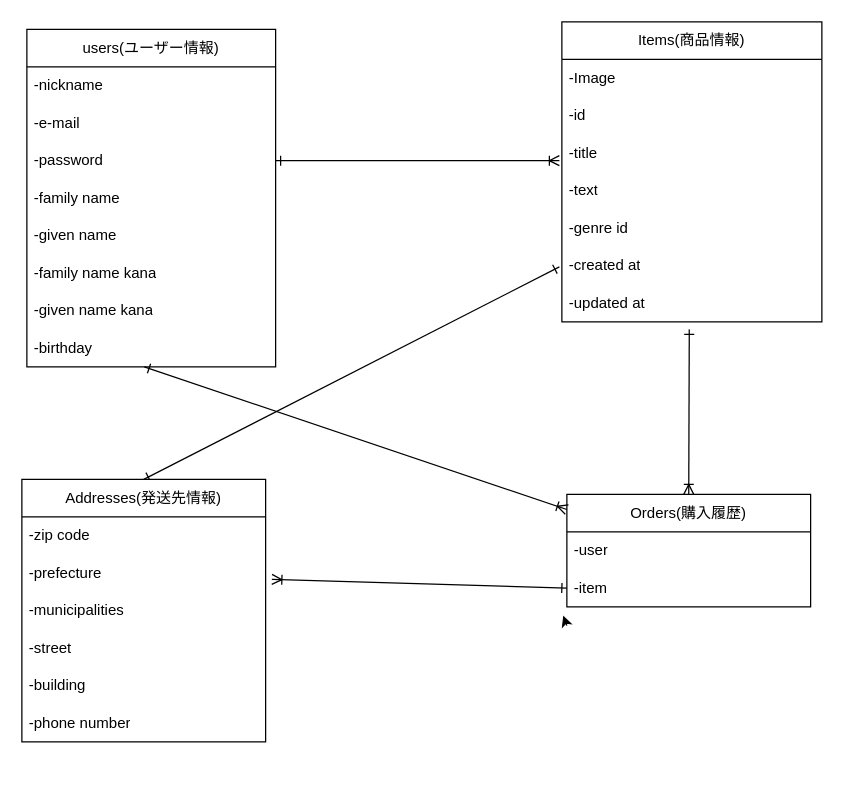
Before: ER.dio in Ryuma0724/furima-39794, a draw.io diagram. Source tidied: cells renumbered, new cells numbered last; positions are measured from the earlier drawing's top-left corner, leaving out a move shared by most shapes. Both pictures are drawn from the tidied source at 125%, with x=0, y=0 at pixel (21, 21).
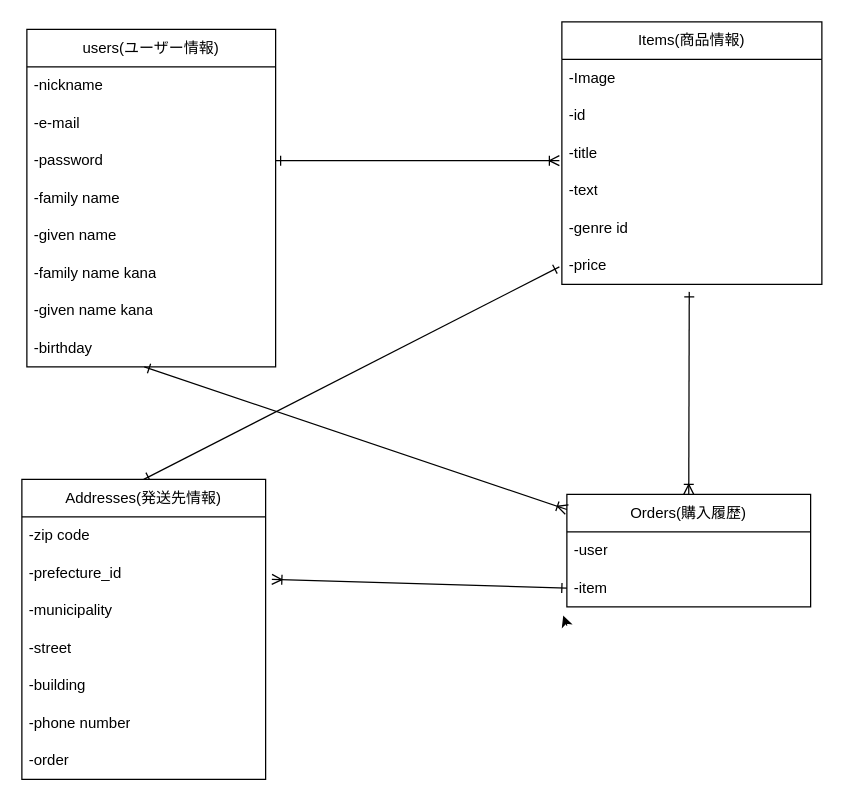
After the change.

Unchanged cells that the change refers to:
```xml
<mxCell id="20" value="Orders(購入履歴)" style="swimlane;fontStyle=0;horizontal=1;startSize=30;whiteSpace=wrap;html=1;" parent="1" vertex="1">
  <mxGeometry x="436" y="378" width="195" height="90" as="geometry" />
</mxCell>
```

The edit, as a diff of the source:
```diff
@@
     <mxCell id="11" value="Items(商品情報)" style="swimlane;fontStyle=0;horizontal=1;startSize=30;whiteSpace=wrap;html=1;" parent="1" vertex="1">
-      <mxGeometry x="432" width="208" height="240" as="geometry" />
+      <mxGeometry x="432" width="208" height="210" as="geometry" />
     </mxCell>
@@
-    <mxCell id="17" value="-created at" style="text;strokeColor=none;fillColor=none;align=left;verticalAlign=middle;spacingLeft=4;spacingRight=4;overflow=hidden;whiteSpace=wrap;html=1;" parent="11" vertex="1">
-      <mxGeometry y="180" width="208" height="30" as="geometry" />
-    </mxCell>
-    <mxCell id="18" value="-updated at" style="text;strokeColor=none;fillColor=none;align=left;verticalAlign=middle;spacingLeft=4;spacingRight=4;overflow=hidden;points=[[0,0.5],[1,0.5]];portConstraint=eastwest;whiteSpace=wrap;html=1;" parent="11" vertex="1">
-      <mxGeometry y="210" width="208" height="30" as="geometry" />
-    </mxCell>
+    <mxCell id="35" value="-price" style="text;strokeColor=none;fillColor=none;align=left;verticalAlign=middle;spacingLeft=4;spacingRight=4;overflow=hidden;whiteSpace=wrap;html=1;" parent="11" vertex="1">
+      <mxGeometry y="180" width="208" height="30" as="geometry" />
+    </mxCell>
-    <mxCell id="19" style="edgeStyle=none;html=1;exitX=0.5;exitY=0;exitDx=0;exitDy=0;entryX=0.49;entryY=1.2;entryDx=0;entryDy=0;entryPerimeter=0;startArrow=ERoneToMany;startFill=0;endArrow=ERone;endFill=0;" parent="1" edge="1" source="20" target="18">
-      <mxGeometry relative="1" as="geometry" />
+    <mxCell id="19" style="edgeStyle=none;html=1;exitX=0.5;exitY=0;exitDx=0;exitDy=0;entryX=0.49;entryY=1.2;entryDx=0;entryDy=0;entryPerimeter=0;startArrow=ERoneToMany;startFill=0;endArrow=ERone;endFill=0;" parent="1" edge="1" source="20">
+      <mxGeometry relative="1" as="geometry">
+        <mxPoint x="533.9" y="216" as="targetPoint" />
+      </mxGeometry>
     </mxCell>
@@
     <mxCell id="27" value="Addresses(発送先情報)" style="swimlane;fontStyle=0;horizontal=1;startSize=30;whiteSpace=wrap;html=1;" parent="1" vertex="1">
-      <mxGeometry y="366" width="195" height="210" as="geometry" />
+      <mxGeometry y="366" width="195" height="240" as="geometry" />
     </mxCell>
@@
-    <mxCell id="29" value="-prefecture" style="text;strokeColor=none;fillColor=none;align=left;verticalAlign=middle;spacingLeft=4;spacingRight=4;overflow=hidden;whiteSpace=wrap;html=1;" parent="27" vertex="1">
+    <mxCell id="29" value="-prefecture_id" style="text;strokeColor=none;fillColor=none;align=left;verticalAlign=middle;spacingLeft=4;spacingRight=4;overflow=hidden;whiteSpace=wrap;html=1;" parent="27" vertex="1">
       <mxGeometry y="60" width="195" height="30" as="geometry" />
     </mxCell>
-    <mxCell id="30" value="-municipalities" style="text;strokeColor=none;fillColor=none;align=left;verticalAlign=middle;spacingLeft=4;spacingRight=4;overflow=hidden;whiteSpace=wrap;html=1;" parent="27" vertex="1">
+    <mxCell id="30" value="-municipality" style="text;strokeColor=none;fillColor=none;align=left;verticalAlign=middle;spacingLeft=4;spacingRight=4;overflow=hidden;whiteSpace=wrap;html=1;" parent="27" vertex="1">
       <mxGeometry y="90" width="195" height="30" as="geometry" />
     </mxCell>
@@
+    <mxCell id="36" value="-order" style="text;strokeColor=none;fillColor=none;align=left;verticalAlign=middle;spacingLeft=4;spacingRight=4;overflow=hidden;whiteSpace=wrap;html=1;" parent="27" vertex="1">
+      <mxGeometry y="210" width="195" height="30" as="geometry" />
+    </mxCell>
```
